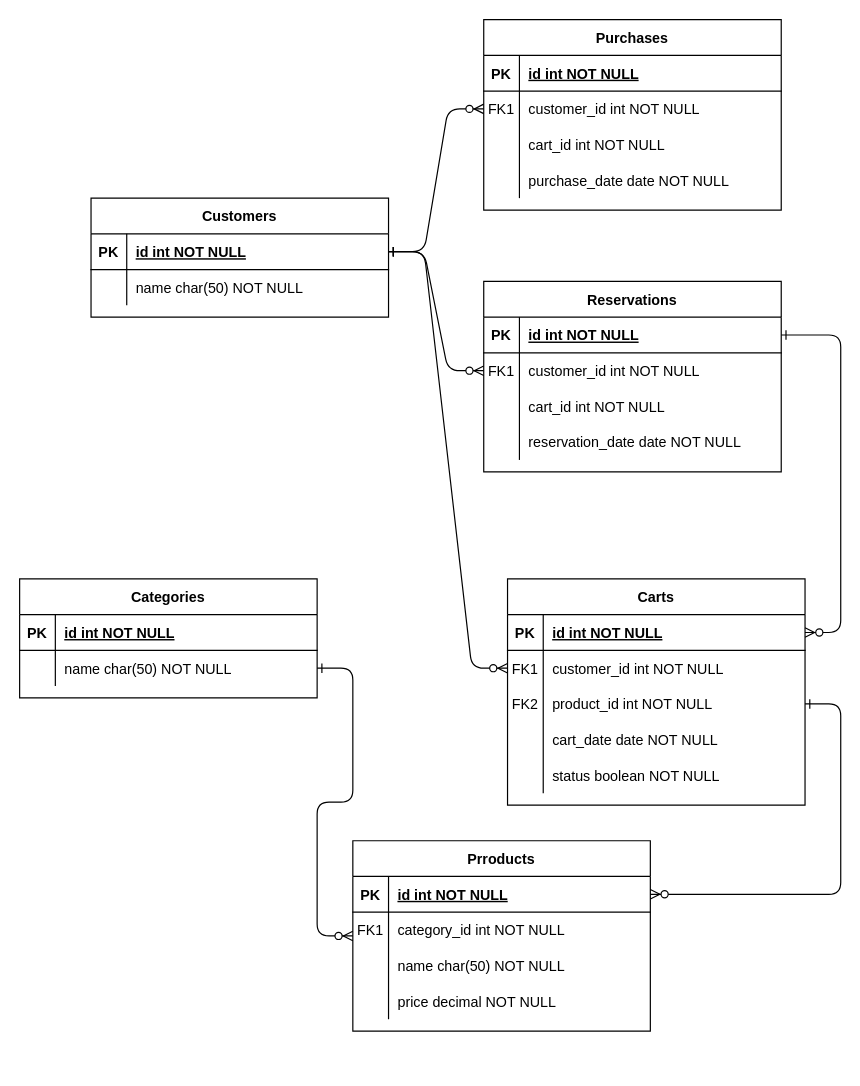
This is docs/planeamento/Modelo ER/diagramas/loja_suplementos.drawio from tskxz/loja-suplementos, a draw.io file, before an edit. Source tidied: cells renumbered, new cells numbered last; positions are measured from the earlier drawing's top-left corner, leaving out a move shared by most shapes. Both pictures are drawn from the tidied source at 119%, with x=0, y=0 at pixel (19, 19).
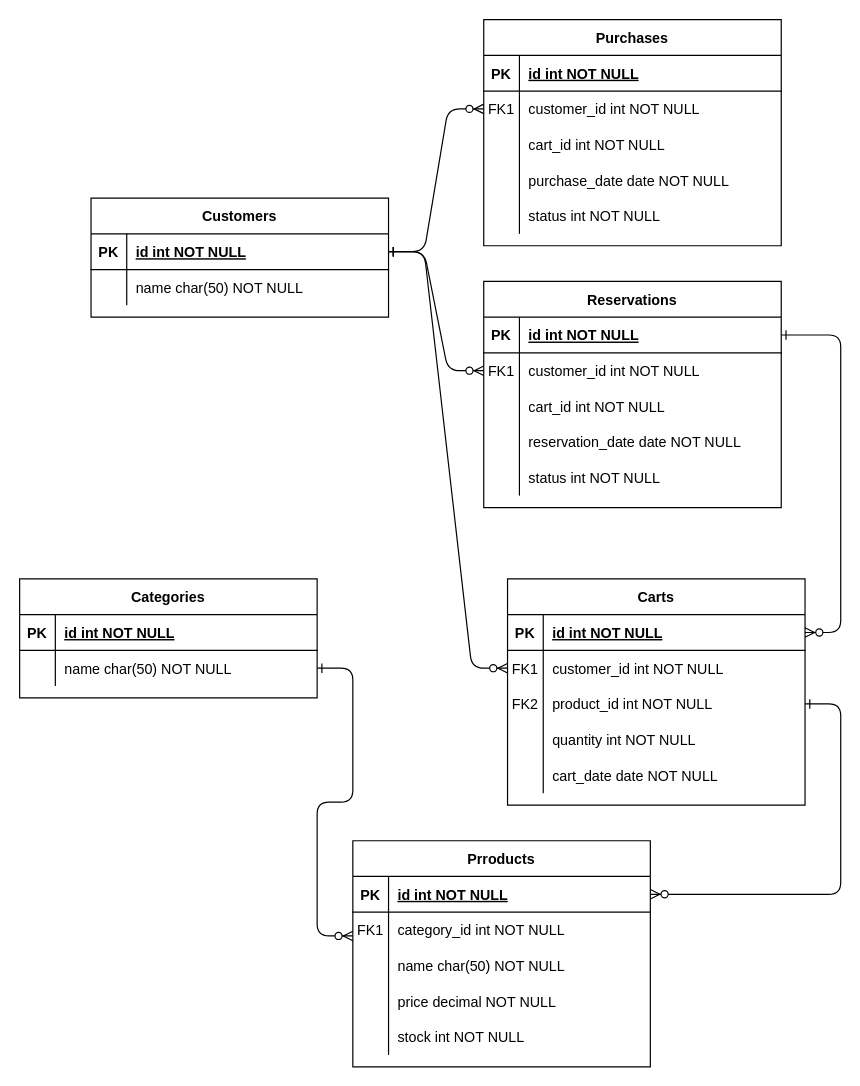
After the change.

Unchanged cells that the change refers to:
```xml
<mxCell id="16" value="Carts" style="shape=table;startSize=30;childLayout=tableLayout;rowLines=0;fontStyle=1;align=center;" parent="1" vertex="1">
  <mxGeometry x="410" y="470" width="250" height="190" as="geometry" />
</mxCell>
```

Diff of the diagram source:
```diff
@@
     <mxCell id="3" value="Reservations" style="shape=table;startSize=30;childLayout=tableLayout;rowLines=0;fontStyle=1;align=center;" parent="1" vertex="1">
-      <mxGeometry x="390" y="220" width="250" height="160" as="geometry" />
+      <mxGeometry x="390" y="220" width="250" height="190" as="geometry" />
     </mxCell>
@@
+    <mxCell id="77" style="shape=partialRectangle;fillColor=none;top=0;left=0;right=0;bottom=0;" parent="3" vertex="1">
+      <mxGeometry y="150" width="250" height="30" as="geometry" />
+    </mxCell>
+    <mxCell id="78" style="shape=partialRectangle;overflow=hidden;fillColor=none;top=0;left=0;bottom=0;right=0;" parent="77" vertex="1">
+      <mxGeometry width="30" height="30" as="geometry" />
+    </mxCell>
+    <mxCell id="79" value="status int NOT NULL" style="shape=partialRectangle;overflow=hidden;fillColor=none;top=0;left=0;bottom=0;right=0;align=left;spacingLeft=6;" parent="77" vertex="1">
+      <mxGeometry x="30" width="220" height="30" as="geometry" />
+    </mxCell>
@@
+    <mxCell id="80" style="shape=partialRectangle;fillColor=none;top=0;left=0;right=0;bottom=0;" parent="16" vertex="1">
+      <mxGeometry y="120" width="250" height="30" as="geometry" />
+    </mxCell>
+    <mxCell id="81" style="shape=partialRectangle;overflow=hidden;fillColor=none;top=0;left=0;bottom=0;right=0;" parent="80" vertex="1">
+      <mxGeometry width="30" height="30" as="geometry" />
+    </mxCell>
+    <mxCell id="82" value="quantity int NOT NULL" style="shape=partialRectangle;overflow=hidden;fillColor=none;top=0;left=0;bottom=0;right=0;align=left;spacingLeft=6;" parent="80" vertex="1">
+      <mxGeometry x="30" width="220" height="30" as="geometry" />
+    </mxCell>
     <mxCell id="26" style="shape=partialRectangle;fillColor=none;top=0;left=0;right=0;bottom=0;" parent="16" vertex="1">
-      <mxGeometry y="120" width="250" height="30" as="geometry" />
+      <mxGeometry y="150" width="250" height="30" as="geometry" />
     </mxCell>
@@
-    <mxCell id="29" style="shape=partialRectangle;fillColor=none;top=0;left=0;right=0;bottom=0;" parent="16" vertex="1">
-      <mxGeometry y="150" width="250" height="30" as="geometry" />
-    </mxCell>
-    <mxCell id="30" style="shape=partialRectangle;overflow=hidden;fillColor=none;top=0;left=0;bottom=0;right=0;" parent="29" vertex="1">
-      <mxGeometry width="30" height="30" as="geometry" />
-    </mxCell>
-    <mxCell id="31" value="status boolean NOT NULL" style="shape=partialRectangle;overflow=hidden;fillColor=none;top=0;left=0;bottom=0;right=0;align=left;spacingLeft=6;" parent="29" vertex="1">
-      <mxGeometry x="30" width="220" height="30" as="geometry" />
-    </mxCell>
@@
     <mxCell id="39" value="Prroducts" style="shape=table;startSize=30;childLayout=tableLayout;rowLines=0;fontStyle=1;align=center;" parent="1" vertex="1">
-      <mxGeometry x="280" y="690" width="250" height="160" as="geometry" />
+      <mxGeometry x="280" y="690" width="250" height="190" as="geometry" />
     </mxCell>
@@
+    <mxCell id="83" style="shape=partialRectangle;fillColor=none;top=0;left=0;right=0;bottom=0;" parent="39" vertex="1">
+      <mxGeometry y="150" width="250" height="30" as="geometry" />
+    </mxCell>
+    <mxCell id="84" style="shape=partialRectangle;overflow=hidden;fillColor=none;top=0;left=0;bottom=0;right=0;" parent="83" vertex="1">
+      <mxGeometry width="30" height="30" as="geometry" />
+    </mxCell>
+    <mxCell id="85" value="stock int NOT NULL" style="shape=partialRectangle;overflow=hidden;fillColor=none;top=0;left=0;bottom=0;right=0;align=left;spacingLeft=6;" parent="83" vertex="1">
+      <mxGeometry x="30" width="220" height="30" as="geometry" />
+    </mxCell>
@@
     <mxCell id="61" value="Purchases" style="shape=table;startSize=30;childLayout=tableLayout;rowLines=0;fontStyle=1;align=center;" parent="1" vertex="1">
-      <mxGeometry x="390" width="250" height="160" as="geometry" />
+      <mxGeometry x="390" width="250" height="190" as="geometry" />
     </mxCell>
@@
+    <mxCell id="86" style="shape=partialRectangle;fillColor=none;top=0;left=0;right=0;bottom=0;" parent="61" vertex="1">
+      <mxGeometry y="150" width="250" height="30" as="geometry" />
+    </mxCell>
+    <mxCell id="87" style="shape=partialRectangle;overflow=hidden;fillColor=none;top=0;left=0;bottom=0;right=0;" parent="86" vertex="1">
+      <mxGeometry width="30" height="30" as="geometry" />
+    </mxCell>
+    <mxCell id="88" value="status int NOT NULL" style="shape=partialRectangle;overflow=hidden;fillColor=none;top=0;left=0;bottom=0;right=0;align=left;spacingLeft=6;" parent="86" vertex="1">
+      <mxGeometry x="30" width="220" height="30" as="geometry" />
+    </mxCell>
```
